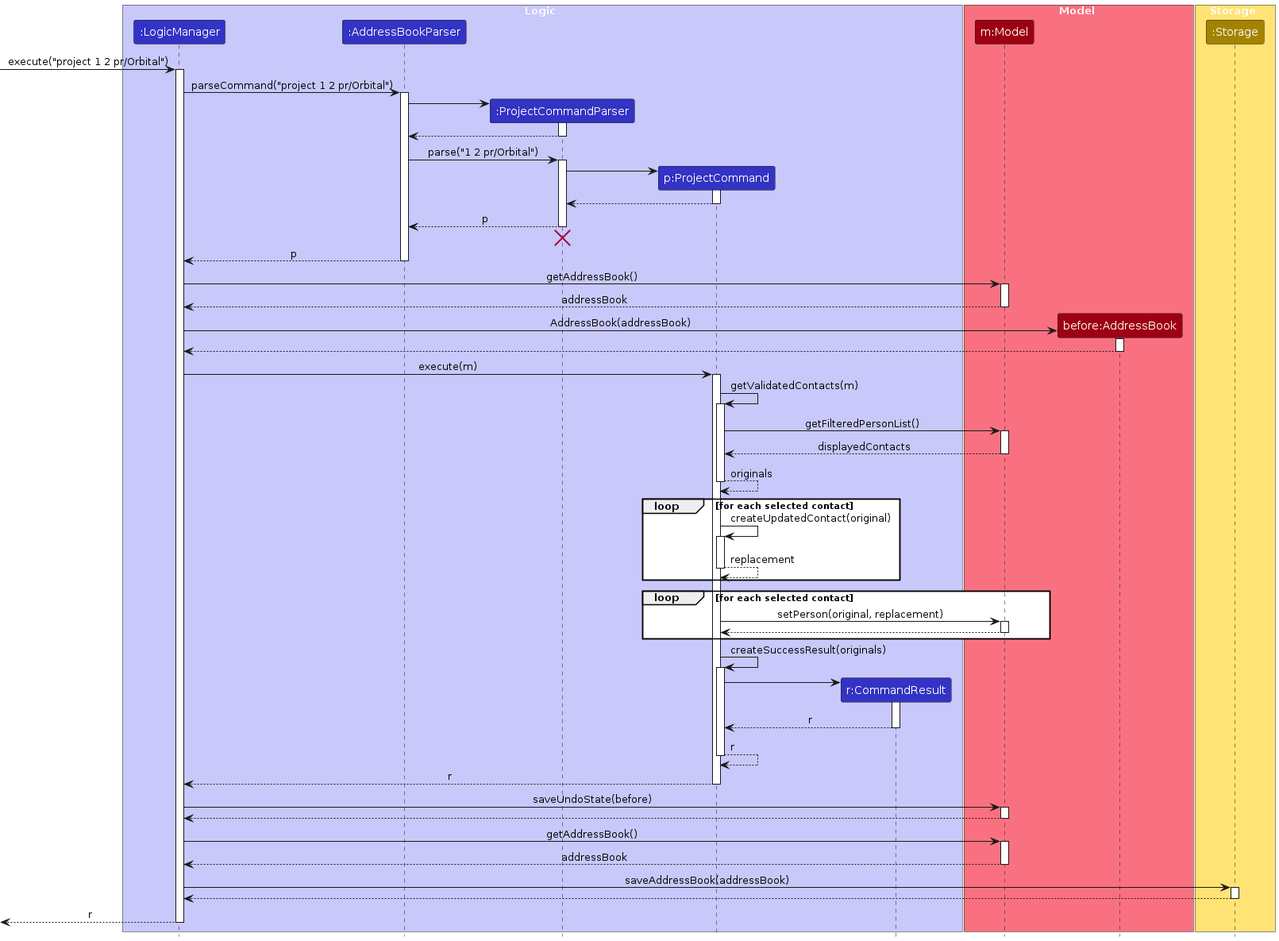
This is diagrams/ProjectCommandSequenceDiagram.png from AY2627S1-CS2103T-W14-2/tp, a PlantUML export, as it was before one commit. Its source is kept beside it as diagrams/ProjectCommandSequenceDiagram.puml. Its diagram source:
```plantuml
@startuml
!include style.puml
skinparam ArrowFontStyle plain

box Logic LOGIC_COLOR_T1
participant ":LogicManager" as LogicManager LOGIC_COLOR
participant ":AddressBookParser" as AddressBookParser LOGIC_COLOR
participant ":ProjectCommandParser" as ProjectCommandParser LOGIC_COLOR
participant "p:ProjectCommand" as ProjectCommand LOGIC_COLOR
participant "r:CommandResult" as CommandResult LOGIC_COLOR
end box

box Model MODEL_COLOR_T1
participant "m:Model" as Model MODEL_COLOR
participant "before:AddressBook" as Before MODEL_COLOR
end box

box Storage STORAGE_COLOR_T1
participant ":Storage" as Storage STORAGE_COLOR
end box

[-> LogicManager : execute("project 1 2 pr/Orbital")
activate LogicManager

LogicManager -> AddressBookParser : parseCommand("project 1 2 pr/Orbital")
activate AddressBookParser

create ProjectCommandParser
AddressBookParser -> ProjectCommandParser
activate ProjectCommandParser
ProjectCommandParser --> AddressBookParser
deactivate ProjectCommandParser

AddressBookParser -> ProjectCommandParser : parse("1 2 pr/Orbital")
activate ProjectCommandParser

create ProjectCommand
ProjectCommandParser -> ProjectCommand
activate ProjectCommand
ProjectCommand --> ProjectCommandParser
deactivate ProjectCommand

ProjectCommandParser --> AddressBookParser : p
deactivate ProjectCommandParser
ProjectCommandParser -[hidden]-> AddressBookParser
destroy ProjectCommandParser

AddressBookParser --> LogicManager : p
deactivate AddressBookParser

LogicManager -> Model : getAddressBook()
activate Model
Model --> LogicManager : addressBook
deactivate Model

create Before
LogicManager -> Before : AddressBook(addressBook)
activate Before
Before --> LogicManager
deactivate Before

LogicManager -> ProjectCommand : execute(m)
activate ProjectCommand

ProjectCommand -> ProjectCommand : getValidatedContacts(m)
activate ProjectCommand
ProjectCommand -> Model : getFilteredPersonList()
activate Model
Model --> ProjectCommand : displayedContacts
deactivate Model
ProjectCommand --> ProjectCommand : originals
deactivate ProjectCommand

loop for each selected contact
    ProjectCommand -> ProjectCommand : createUpdatedContact(original)
    activate ProjectCommand
    ProjectCommand --> ProjectCommand : replacement
    deactivate ProjectCommand
end

loop for each selected contact
    ProjectCommand -> Model : setPerson(original, replacement)
    activate Model
    Model --> ProjectCommand
    deactivate Model
end

ProjectCommand -> ProjectCommand : createSuccessResult(originals)
activate ProjectCommand
create CommandResult
ProjectCommand -> CommandResult
activate CommandResult
CommandResult --> ProjectCommand : r
deactivate CommandResult
ProjectCommand --> ProjectCommand : r
deactivate ProjectCommand

ProjectCommand --> LogicManager : r
deactivate ProjectCommand

LogicManager -> Model : saveUndoState(before)
activate Model
Model --> LogicManager
deactivate Model

LogicManager -> Model : getAddressBook()
activate Model
Model --> LogicManager : addressBook
deactivate Model

LogicManager -> Storage : saveAddressBook(addressBook)
activate Storage
Storage --> LogicManager
deactivate Storage

[<-- LogicManager : r
deactivate LogicManager
@enduml
```
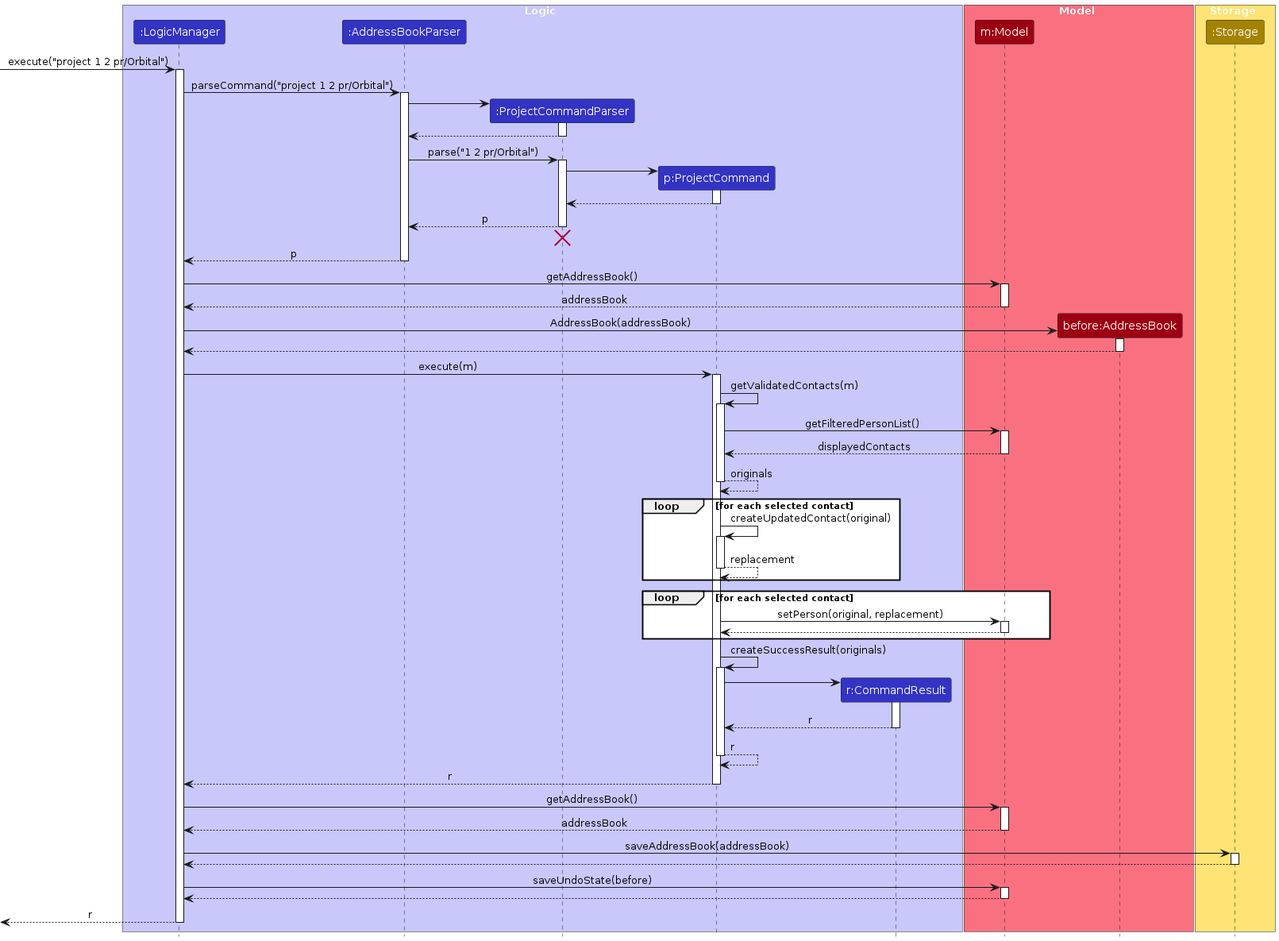
The same file after the commit.

Change to the diagram source:
```diff
@@ -98,11 +98,6 @@
 ProjectCommand --> LogicManager : r
 deactivate ProjectCommand
 
-LogicManager -> Model : saveUndoState(before)
-activate Model
-Model --> LogicManager
-deactivate Model
-
 LogicManager -> Model : getAddressBook()
 activate Model
 Model --> LogicManager : addressBook
@@ -113,6 +108,11 @@
 Storage --> LogicManager
 deactivate Storage
 
+LogicManager -> Model : saveUndoState(before)
+activate Model
+Model --> LogicManager
+deactivate Model
+
 [<-- LogicManager : r
 deactivate LogicManager
 @enduml
```
